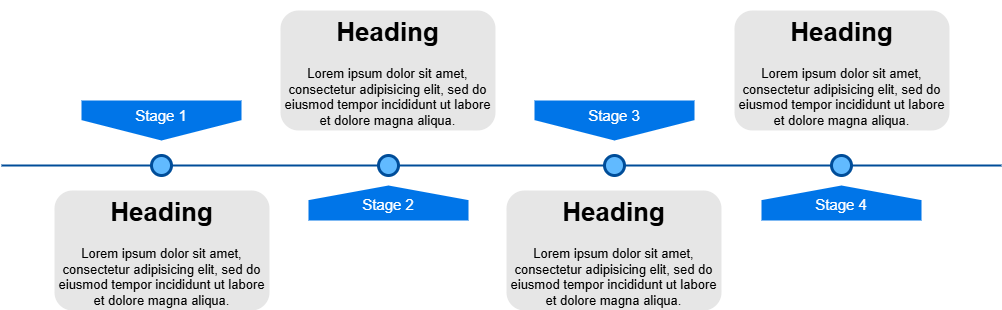
Above: Untitled Diagram.drawio.png in dhruv1345/Diagrams-Automation (draw.io), before the change. Source tidied: cells renumbered, new cells last; positions are measured from the earlier drawing's top-left corner, leaving out a move shared by most shapes. Its diagram source:
```xml
<mxGraphModel>
  <root>
    <mxCell id="0" />
    <mxCell id="1" parent="0" />
    <mxCell id="2" style="line;strokeWidth=2;html=1;fillColor=none;fontSize=28;fontColor=#004D99;strokeColor=#004D99;" parent="1" vertex="1">
      <mxGeometry y="150" width="1000" height="10" as="geometry" />
    </mxCell>
    <mxCell id="3" value="Stage 1" style="shape=offPageConnector;whiteSpace=wrap;html=1;fillColor=#0075E8;fontSize=15;fontColor=#FFFFFF;size=0.5093750000000015;verticalAlign=top;strokeColor=none;" parent="1" vertex="1">
      <mxGeometry x="80" y="90" width="160" height="40" as="geometry" />
    </mxCell>
    <mxCell id="4" value="&lt;span&gt;Stage 3&lt;/span&gt;" style="shape=offPageConnector;whiteSpace=wrap;html=1;fillColor=#0075E8;fontSize=15;fontColor=#FFFFFF;size=0.5093750000000015;verticalAlign=top;strokeColor=none;" parent="1" vertex="1">
      <mxGeometry x="533" y="90" width="160" height="40" as="geometry" />
    </mxCell>
    <mxCell id="5" value="&lt;span&gt;Stage 2&lt;/span&gt;" style="shape=offPageConnector;whiteSpace=wrap;html=1;fillColor=#0075E8;fontSize=15;fontColor=#FFFFFF;size=0.4178571428571445;flipV=1;verticalAlign=bottom;strokeColor=none;spacingBottom=4;" parent="1" vertex="1">
      <mxGeometry x="307" y="175" width="160" height="35" as="geometry" />
    </mxCell>
    <mxCell id="6" value="&lt;span&gt;Stage 4&lt;/span&gt;" style="shape=offPageConnector;whiteSpace=wrap;html=1;fillColor=#0075E8;fontSize=15;fontColor=#FFFFFF;size=0.4178571428571445;flipV=1;verticalAlign=bottom;strokeColor=none;spacingBottom=4;" parent="1" vertex="1">
      <mxGeometry x="760" y="175" width="160" height="35" as="geometry" />
    </mxCell>
    <mxCell id="7" style="ellipse;whiteSpace=wrap;html=1;fillColor=#61BAFF;fontSize=28;fontColor=#004D99;strokeWidth=3;strokeColor=#004D99;" parent="1" vertex="1">
      <mxGeometry x="150" y="145" width="20" height="20" as="geometry" />
    </mxCell>
    <mxCell id="8" style="ellipse;whiteSpace=wrap;html=1;fillColor=#61BAFF;fontSize=28;fontColor=#004D99;strokeWidth=3;strokeColor=#004D99;" parent="1" vertex="1">
      <mxGeometry x="377" y="145" width="20" height="20" as="geometry" />
    </mxCell>
    <mxCell id="9" style="ellipse;whiteSpace=wrap;html=1;fillColor=#61BAFF;fontSize=28;fontColor=#004D99;strokeWidth=3;strokeColor=#004D99;" parent="1" vertex="1">
      <mxGeometry x="603" y="145" width="20" height="20" as="geometry" />
    </mxCell>
    <mxCell id="10" style="ellipse;whiteSpace=wrap;html=1;fillColor=#61BAFF;fontSize=28;fontColor=#004D99;strokeWidth=3;strokeColor=#004D99;" parent="1" vertex="1">
      <mxGeometry x="830" y="145" width="20" height="20" as="geometry" />
    </mxCell>
    <mxCell id="11" value="&lt;h1&gt;Heading&lt;/h1&gt;&lt;p&gt;Lorem ipsum dolor sit amet, consectetur adipisicing elit, sed do eiusmod tempor incididunt ut labore et dolore magna aliqua.&lt;/p&gt;" style="text;html=1;spacing=5;spacingTop=-20;whiteSpace=wrap;overflow=hidden;strokeColor=none;strokeWidth=3;fillColor=#E6E6E6;fontSize=13;fontColor=#000000;align=center;rounded=1;" parent="1" vertex="1">
      <mxGeometry x="53" y="180" width="215" height="120" as="geometry" />
    </mxCell>
    <mxCell id="12" value="&lt;h1&gt;Heading&lt;/h1&gt;&lt;p&gt;Lorem ipsum dolor sit amet, consectetur adipisicing elit, sed do eiusmod tempor incididunt ut labore et dolore magna aliqua.&lt;/p&gt;" style="text;html=1;spacing=5;spacingTop=-20;whiteSpace=wrap;overflow=hidden;strokeColor=none;strokeWidth=3;fillColor=#E6E6E6;fontSize=13;fontColor=#000000;align=center;rounded=1;" parent="1" vertex="1">
      <mxGeometry x="279" width="215" height="120" as="geometry" />
    </mxCell>
    <mxCell id="13" value="&lt;h1&gt;Heading&lt;/h1&gt;&lt;p&gt;Lorem ipsum dolor sit amet, consectetur adipisicing elit, sed do eiusmod tempor incididunt ut labore et dolore magna aliqua.&lt;/p&gt;" style="text;html=1;spacing=5;spacingTop=-20;whiteSpace=wrap;overflow=hidden;strokeColor=none;strokeWidth=3;fillColor=#E6E6E6;fontSize=13;fontColor=#000000;align=center;rounded=1;" parent="1" vertex="1">
      <mxGeometry x="505" y="180" width="215" height="120" as="geometry" />
    </mxCell>
    <mxCell id="14" value="&lt;h1&gt;Heading&lt;/h1&gt;&lt;p&gt;Lorem ipsum dolor sit amet, consectetur adipisicing elit, sed do eiusmod tempor incididunt ut labore et dolore magna aliqua.&lt;/p&gt;" style="text;html=1;spacing=5;spacingTop=-20;whiteSpace=wrap;overflow=hidden;strokeColor=none;strokeWidth=3;fillColor=#E6E6E6;fontSize=13;fontColor=#000000;align=center;rounded=1;" parent="1" vertex="1">
      <mxGeometry x="733" width="215" height="120" as="geometry" />
    </mxCell>
  </root>
</mxGraphModel>
```
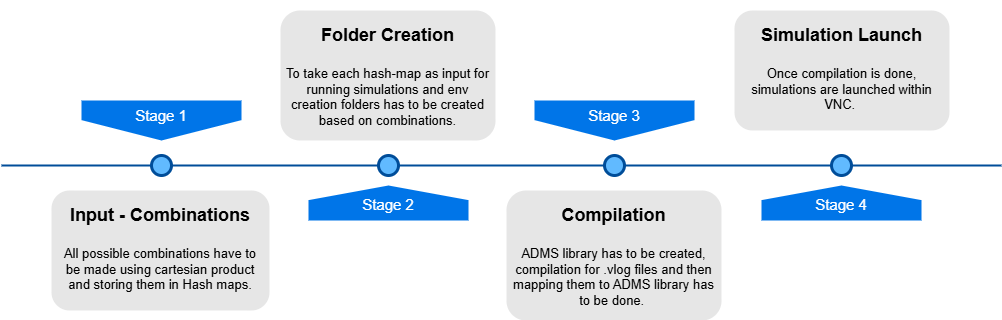
After the change.

Diff of the diagram source:
```diff
@@ -29,16 +29,16 @@
     <mxCell id="10" style="ellipse;whiteSpace=wrap;html=1;fillColor=#61BAFF;fontSize=28;fontColor=#004D99;strokeWidth=3;strokeColor=#004D99;" parent="1" vertex="1">
       <mxGeometry x="830" y="145" width="20" height="20" as="geometry" />
     </mxCell>
-    <mxCell id="11" value="&lt;h1&gt;Heading&lt;/h1&gt;&lt;p&gt;Lorem ipsum dolor sit amet, consectetur adipisicing elit, sed do eiusmod tempor incididunt ut labore et dolore magna aliqua.&lt;/p&gt;" style="text;html=1;spacing=5;spacingTop=-20;whiteSpace=wrap;overflow=hidden;strokeColor=none;strokeWidth=3;fillColor=#E6E6E6;fontSize=13;fontColor=#000000;align=center;rounded=1;" parent="1" vertex="1">
-      <mxGeometry x="53" y="180" width="215" height="120" as="geometry" />
+    <mxCell id="11" value="&lt;h1&gt;&lt;font style=&quot;font-size: 18px;&quot;&gt;Input - Combinations&lt;/font&gt;&lt;/h1&gt;&lt;p&gt;All possible combinations have to be made using cartesian product and storing them in Hash maps.&lt;/p&gt;" style="text;html=1;spacing=5;spacingTop=-20;whiteSpace=wrap;overflow=hidden;strokeColor=none;strokeWidth=3;fillColor=#E6E6E6;fontSize=13;fontColor=#000000;align=center;rounded=1;" parent="1" vertex="1">
+      <mxGeometry x="50" y="180" width="218" height="120" as="geometry" />
     </mxCell>
-    <mxCell id="12" value="&lt;h1&gt;Heading&lt;/h1&gt;&lt;p&gt;Lorem ipsum dolor sit amet, consectetur adipisicing elit, sed do eiusmod tempor incididunt ut labore et dolore magna aliqua.&lt;/p&gt;" style="text;html=1;spacing=5;spacingTop=-20;whiteSpace=wrap;overflow=hidden;strokeColor=none;strokeWidth=3;fillColor=#E6E6E6;fontSize=13;fontColor=#000000;align=center;rounded=1;" parent="1" vertex="1">
-      <mxGeometry x="279" width="215" height="120" as="geometry" />
+    <mxCell id="12" value="&lt;h1&gt;&lt;font style=&quot;font-size: 18px;&quot;&gt;Folder Creation&lt;/font&gt;&lt;/h1&gt;&lt;p&gt;To take each hash-map as input for running simulations and env creation folders has to be created based on combinations.&lt;/p&gt;&lt;p&gt;&lt;br&gt;&lt;/p&gt;" style="text;html=1;spacing=5;spacingTop=-20;whiteSpace=wrap;overflow=hidden;strokeColor=none;strokeWidth=3;fillColor=#E6E6E6;fontSize=13;fontColor=#000000;align=center;rounded=1;" parent="1" vertex="1">
+      <mxGeometry x="279" width="215" height="130" as="geometry" />
     </mxCell>
-    <mxCell id="13" value="&lt;h1&gt;Heading&lt;/h1&gt;&lt;p&gt;Lorem ipsum dolor sit amet, consectetur adipisicing elit, sed do eiusmod tempor incididunt ut labore et dolore magna aliqua.&lt;/p&gt;" style="text;html=1;spacing=5;spacingTop=-20;whiteSpace=wrap;overflow=hidden;strokeColor=none;strokeWidth=3;fillColor=#E6E6E6;fontSize=13;fontColor=#000000;align=center;rounded=1;" parent="1" vertex="1">
-      <mxGeometry x="505" y="180" width="215" height="120" as="geometry" />
+    <mxCell id="13" value="&lt;h1&gt;&lt;font style=&quot;font-size: 18px;&quot;&gt;Compilation&lt;/font&gt;&lt;/h1&gt;&lt;p&gt;ADMS library has to be created, compilation for .vlog files and then mapping them to ADMS library has to be done.&amp;nbsp;&lt;/p&gt;" style="text;html=1;spacing=5;spacingTop=-20;whiteSpace=wrap;overflow=hidden;strokeColor=none;strokeWidth=3;fillColor=#E6E6E6;fontSize=13;fontColor=#000000;align=center;rounded=1;" parent="1" vertex="1">
+      <mxGeometry x="505" y="180" width="215" height="130" as="geometry" />
     </mxCell>
-    <mxCell id="14" value="&lt;h1&gt;Heading&lt;/h1&gt;&lt;p&gt;Lorem ipsum dolor sit amet, consectetur adipisicing elit, sed do eiusmod tempor incididunt ut labore et dolore magna aliqua.&lt;/p&gt;" style="text;html=1;spacing=5;spacingTop=-20;whiteSpace=wrap;overflow=hidden;strokeColor=none;strokeWidth=3;fillColor=#E6E6E6;fontSize=13;fontColor=#000000;align=center;rounded=1;" parent="1" vertex="1">
+    <mxCell id="14" value="&lt;h1&gt;&lt;font style=&quot;font-size: 18px;&quot;&gt;Simulation Launch&lt;/font&gt;&lt;/h1&gt;&lt;p&gt;Once compilation is done, simulations are launched within VNC.&amp;nbsp;&lt;/p&gt;" style="text;html=1;spacing=5;spacingTop=-20;whiteSpace=wrap;overflow=hidden;strokeColor=none;strokeWidth=3;fillColor=#E6E6E6;fontSize=13;fontColor=#000000;align=center;rounded=1;" parent="1" vertex="1">
       <mxGeometry x="733" width="215" height="120" as="geometry" />
     </mxCell>
   </root>
```
